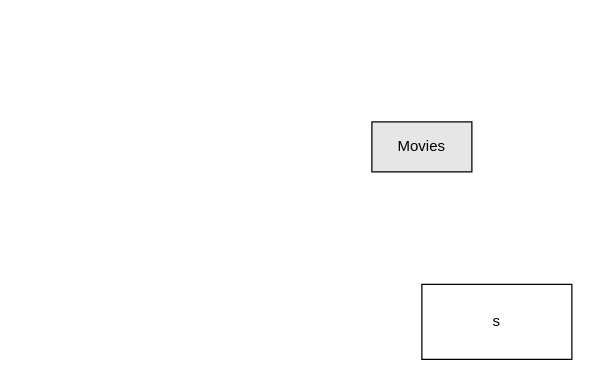
Above: Untitled Diagram.drawio in parzival-3x/MuseumDBProject (draw.io), before the change. Source tidied: cells renumbered, new cells numbered last; positions are measured from the earlier drawing's top-left corner, leaving out a move shared by most shapes. Both pictures are drawn from the tidied source at 125%, with x=0, y=0 at pixel (371, 121).
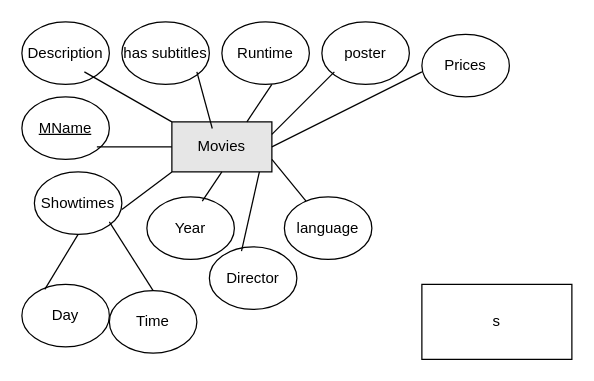
The same diagram, later.

Commit message:
Added Movies entity

Diff of the diagram source:
```diff
@@
     <mxCell id="3" value="&lt;span style=&quot;&quot;&gt;Movies&lt;/span&gt;" style="rounded=0;whiteSpace=wrap;html=1;labelBackgroundColor=none;fillColor=#E6E6E6;strokeColor=default;align=center;fontColor=default;" parent="1" vertex="1">
-      <mxGeometry width="80" height="40" as="geometry" />
+      <mxGeometry x="-160" width="80" height="40" as="geometry" />
     </mxCell>
+    <mxCell id="4" value="Showtimes" style="ellipse;whiteSpace=wrap;html=1;labelBackgroundColor=none;strokeColor=default;fontColor=default;fillColor=#FFFFFF;" parent="1" vertex="1">
+      <mxGeometry x="-270" y="40" width="70" height="50" as="geometry" />
+    </mxCell>
+    <mxCell id="5" value="Prices" style="ellipse;whiteSpace=wrap;html=1;labelBackgroundColor=none;strokeColor=default;fontColor=default;fillColor=#FFFFFF;" parent="1" vertex="1">
+      <mxGeometry x="40" y="-70" width="70" height="50" as="geometry" />
+    </mxCell>
+    <mxCell id="6" value="&lt;u&gt;MName&lt;/u&gt;" style="ellipse;whiteSpace=wrap;html=1;labelBackgroundColor=none;strokeColor=default;fontColor=default;fillColor=#FFFFFF;" parent="1" vertex="1">
+      <mxGeometry x="-280" y="-20" width="70" height="50" as="geometry" />
+    </mxCell>
+    <mxCell id="7" value="Director" style="ellipse;whiteSpace=wrap;html=1;labelBackgroundColor=none;strokeColor=default;fontColor=default;fillColor=#FFFFFF;" parent="1" vertex="1">
+      <mxGeometry x="-130" y="100" width="70" height="50" as="geometry" />
+    </mxCell>
+    <mxCell id="8" value="Description" style="ellipse;whiteSpace=wrap;html=1;labelBackgroundColor=none;strokeColor=default;fontColor=default;fillColor=#FFFFFF;" parent="1" vertex="1">
+      <mxGeometry x="-280" y="-80" width="70" height="50" as="geometry" />
+    </mxCell>
+    <mxCell id="9" value="Runtime" style="ellipse;whiteSpace=wrap;html=1;labelBackgroundColor=none;strokeColor=default;fontColor=default;fillColor=#FFFFFF;" parent="1" vertex="1">
+      <mxGeometry x="-120" y="-80" width="70" height="50" as="geometry" />
+    </mxCell>
+    <mxCell id="10" value="Year" style="ellipse;whiteSpace=wrap;html=1;labelBackgroundColor=none;strokeColor=default;fontColor=default;fillColor=#FFFFFF;" parent="1" vertex="1">
+      <mxGeometry x="-180" y="60" width="70" height="50" as="geometry" />
+    </mxCell>
+    <mxCell id="11" value="language" style="ellipse;whiteSpace=wrap;html=1;labelBackgroundColor=none;strokeColor=default;fontColor=default;fillColor=#FFFFFF;" parent="1" vertex="1">
+      <mxGeometry x="-70" y="60" width="70" height="50" as="geometry" />
+    </mxCell>
+    <mxCell id="12" value="has subtitles" style="ellipse;whiteSpace=wrap;html=1;labelBackgroundColor=none;strokeColor=default;fontColor=default;fillColor=#FFFFFF;" parent="1" vertex="1">
+      <mxGeometry x="-200" y="-80" width="70" height="50" as="geometry" />
+    </mxCell>
+    <mxCell id="13" value="poster" style="ellipse;whiteSpace=wrap;html=1;labelBackgroundColor=none;strokeColor=default;fontColor=default;fillColor=#FFFFFF;" parent="1" vertex="1">
+      <mxGeometry x="-40" y="-80" width="70" height="50" as="geometry" />
+    </mxCell>
+    <mxCell id="14" value="Day" style="ellipse;whiteSpace=wrap;html=1;labelBackgroundColor=none;strokeColor=default;fontColor=default;fillColor=#FFFFFF;" parent="1" vertex="1">
+      <mxGeometry x="-280" y="130" width="70" height="50" as="geometry" />
+    </mxCell>
+    <mxCell id="15" value="Time" style="ellipse;whiteSpace=wrap;html=1;labelBackgroundColor=none;strokeColor=default;fontColor=default;fillColor=#FFFFFF;" parent="1" vertex="1">
+      <mxGeometry x="-210" y="135" width="70" height="50" as="geometry" />
+    </mxCell>
+    <mxCell id="16" style="endArrow=none;html=1;rounded=0;fontColor=default;exitX=0;exitY=0;exitDx=0;exitDy=0;" parent="1" edge="1" source="3">
+      <mxGeometry relative="1" as="geometry">
+        <mxPoint x="-230" y="-40" as="targetPoint" />
+      </mxGeometry>
+    </mxCell>
+    <mxCell id="17" style="endArrow=none;html=1;rounded=0;fontColor=default;exitX=0.404;exitY=0.133;exitDx=0;exitDy=0;exitPerimeter=0;" parent="1" edge="1" source="3">
+      <mxGeometry relative="1" as="geometry">
+        <mxPoint x="-140" y="-40" as="targetPoint" />
+      </mxGeometry>
+    </mxCell>
+    <mxCell id="18" style="endArrow=none;html=1;rounded=0;fontColor=default;exitX=0.75;exitY=0;exitDx=0;exitDy=0;" parent="1" edge="1" source="3">
+      <mxGeometry relative="1" as="geometry">
+        <mxPoint x="-80" y="-30" as="targetPoint" />
+      </mxGeometry>
+    </mxCell>
+    <mxCell id="19" style="endArrow=none;html=1;rounded=0;fontColor=default;" parent="1" edge="1">
+      <mxGeometry relative="1" as="geometry">
+        <mxPoint x="-80" y="10" as="sourcePoint" />
+        <mxPoint x="-30" y="-40" as="targetPoint" />
+      </mxGeometry>
+    </mxCell>
+    <mxCell id="20" style="endArrow=none;html=1;rounded=0;fontColor=default;exitX=1;exitY=0.5;exitDx=0;exitDy=0;" parent="1" edge="1" source="3">
+      <mxGeometry relative="1" as="geometry">
+        <mxPoint x="40" y="-40" as="targetPoint" />
+      </mxGeometry>
+    </mxCell>
+    <mxCell id="21" style="endArrow=none;html=1;rounded=0;fontColor=default;entryX=0;entryY=0.5;entryDx=0;entryDy=0;" parent="1" edge="1" target="3">
+      <mxGeometry relative="1" as="geometry">
+        <mxPoint x="-220" y="20" as="sourcePoint" />
+      </mxGeometry>
+    </mxCell>
+    <mxCell id="22" style="endArrow=none;html=1;rounded=0;fontColor=default;entryX=0;entryY=1;entryDx=0;entryDy=0;" parent="1" edge="1" target="3">
+      <mxGeometry relative="1" as="geometry">
+        <mxPoint x="-200" y="70" as="sourcePoint" />
+      </mxGeometry>
+    </mxCell>
+    <mxCell id="23" style="endArrow=none;html=1;rounded=0;fontColor=default;exitX=0.262;exitY=0.08;exitDx=0;exitDy=0;exitPerimeter=0;" parent="1" edge="1" source="14">
+      <mxGeometry relative="1" as="geometry">
+        <mxPoint x="-235" y="90" as="targetPoint" />
+      </mxGeometry>
+    </mxCell>
+    <mxCell id="24" style="endArrow=none;html=1;rounded=0;fontColor=default;exitX=0.5;exitY=0;exitDx=0;exitDy=0;" parent="1" edge="1" source="15">
+      <mxGeometry relative="1" as="geometry">
+        <mxPoint x="-210" y="80" as="targetPoint" />
+      </mxGeometry>
+    </mxCell>
+    <mxCell id="25" style="endArrow=none;html=1;rounded=0;fontColor=default;exitX=0.633;exitY=0.067;exitDx=0;exitDy=0;exitPerimeter=0;entryX=0.5;entryY=1;entryDx=0;entryDy=0;" parent="1" edge="1" source="10" target="3">
+      <mxGeometry relative="1" as="geometry" />
+    </mxCell>
+    <mxCell id="26" style="endArrow=none;html=1;rounded=0;fontColor=default;exitX=0.367;exitY=0.067;exitDx=0;exitDy=0;exitPerimeter=0;" parent="1" edge="1" source="7">
+      <mxGeometry relative="1" as="geometry">
+        <mxPoint x="-90" y="40" as="targetPoint" />
+      </mxGeometry>
+    </mxCell>
+    <mxCell id="27" style="endArrow=none;html=1;rounded=0;fontColor=default;" parent="1" edge="1" source="11">
+      <mxGeometry relative="1" as="geometry">
+        <mxPoint x="-80" y="30" as="targetPoint" />
+      </mxGeometry>
+    </mxCell>
```
